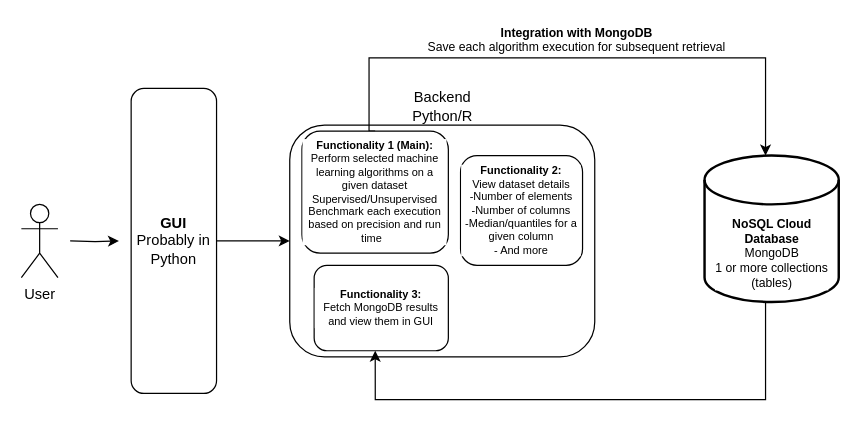
Before: designs/diagrams.drawio in kougianos/ds-thesis, a draw.io diagram. Source tidied: cells renumbered, new cells numbered last; positions are measured from the earlier drawing's top-left corner, leaving out a move shared by most shapes. Both pictures are drawn from the tidied source at 122%, with x=0, y=0 at pixel (21, 21).
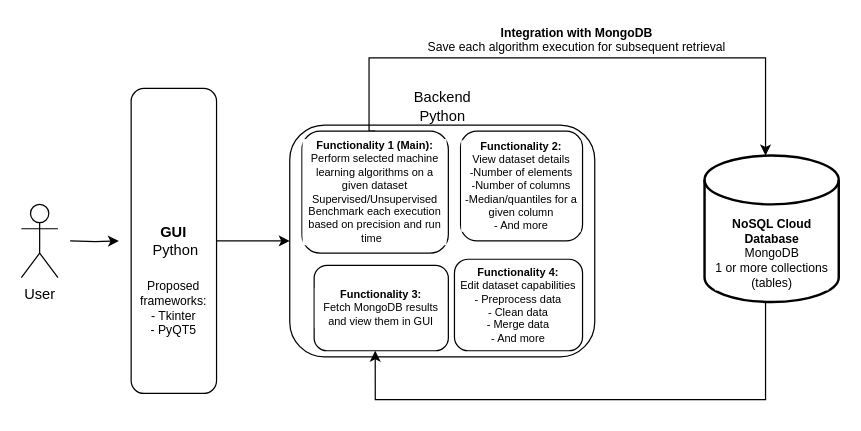
The same diagram, later.

Diff of the diagram source:
```diff
@@
-    <mxCell id="3" value="&lt;b&gt;GUI&lt;/b&gt;&lt;br&gt;Probably in Python" style="rounded=1;whiteSpace=wrap;html=1;" parent="1" vertex="1">
+    <mxCell id="3" value="&lt;b&gt;GUI&lt;/b&gt;&lt;br&gt;&amp;nbsp;Python" style="rounded=1;whiteSpace=wrap;html=1;" parent="1" vertex="1">
       <mxGeometry x="90" y="55" width="70" height="250" as="geometry" />
     </mxCell>
@@
-    <mxCell id="7" value="Backend&lt;br&gt;Python/R" style="text;html=1;strokeColor=none;fillColor=none;align=center;verticalAlign=middle;whiteSpace=wrap;rounded=0;labelBackgroundColor=none;" parent="1" vertex="1">
+    <mxCell id="7" value="Backend&lt;br&gt;Python" style="text;html=1;strokeColor=none;fillColor=none;align=center;verticalAlign=middle;whiteSpace=wrap;rounded=0;labelBackgroundColor=none;" parent="1" vertex="1">
       <mxGeometry x="312.5" y="55" width="65" height="30" as="geometry" />
     </mxCell>
@@
     <mxCell id="10" value="&lt;b&gt;Functionality 2:&lt;br style=&quot;font-size: 9px&quot;&gt;&lt;/b&gt;View dataset details&lt;br&gt;-Number of elements&lt;br&gt;-Number of columns&lt;br&gt;-Median/quantiles for a given column&lt;br&gt;- And more" style="rounded=1;whiteSpace=wrap;html=1;labelBackgroundColor=#ffffff;fontSize=9;" parent="1" vertex="1">
-      <mxGeometry x="360" y="110" width="100" height="90" as="geometry" />
+      <mxGeometry x="360" y="90" width="100" height="90" as="geometry" />
     </mxCell>
@@
+    <mxCell id="16" value="Proposed frameworks:&lt;br style=&quot;font-size: 10px&quot;&gt;- Tkinter&lt;br style=&quot;font-size: 10px&quot;&gt;- PyQT5" style="text;html=1;strokeColor=none;fillColor=none;align=center;verticalAlign=middle;whiteSpace=wrap;rounded=0;fontSize=10;" parent="1" vertex="1">
+      <mxGeometry x="90" y="195" width="70" height="80" as="geometry" />
+    </mxCell>
+    <mxCell id="17" value="&lt;b&gt;Functionality 4:&lt;/b&gt;&lt;br&gt;Edit dataset capabilities&lt;br&gt;- Preprocess data&lt;br&gt;- Clean data&lt;br&gt;- Merge data&lt;br&gt;- And more" style="rounded=1;whiteSpace=wrap;html=1;labelBackgroundColor=#ffffff;fontSize=9;" parent="1" vertex="1">
+      <mxGeometry x="355" y="195" width="105" height="75" as="geometry" />
+    </mxCell>
```
